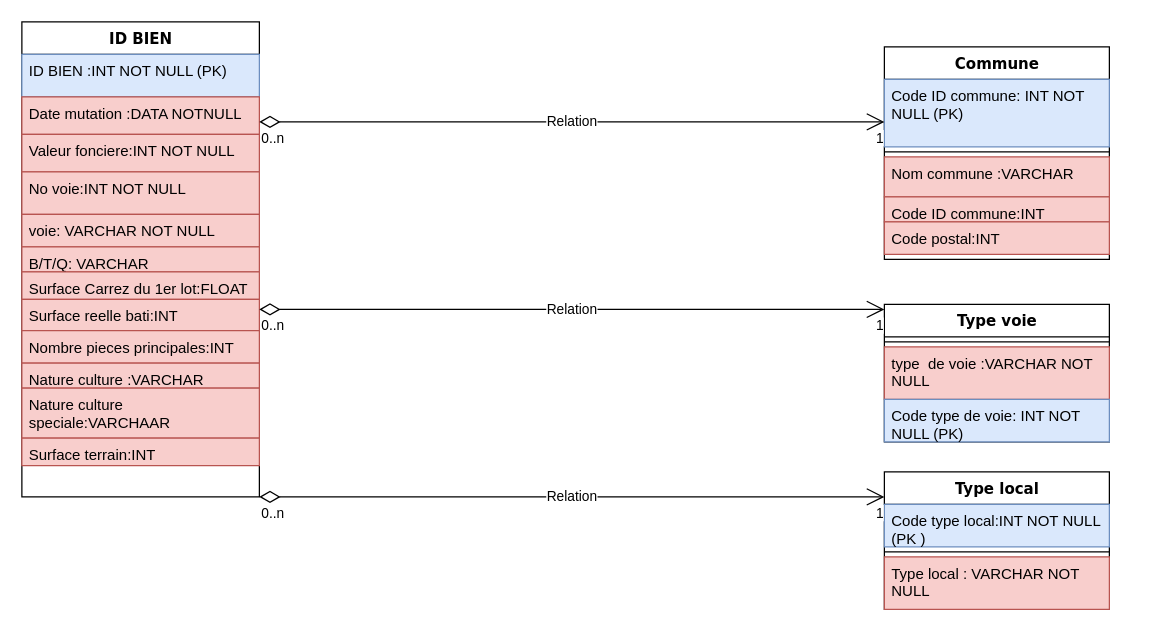
This is .github/ISSUE_TEMPLATE/Untitled Diagram.drawio from louzhixin/bootstrap, a draw.io file, before an edit. Source tidied: cells renumbered, new cells numbered last; positions are measured from the earlier drawing's top-left corner, leaving out a move shared by most shapes. Both pictures are drawn from the tidied source at 125%, with x=0, y=0 at pixel (21, 21).
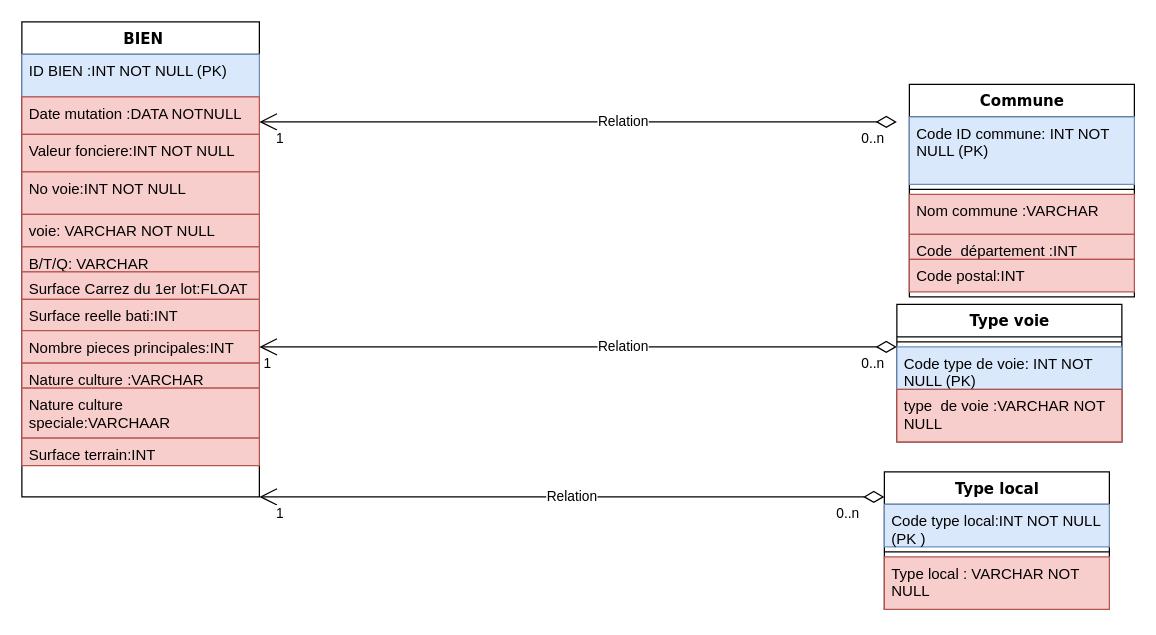
The same diagram, later.

What changed in the source:
```diff
@@
-    <mxCell id="2" value="ID BIEN" style="swimlane;html=1;fontStyle=1;align=center;verticalAlign=top;horizontal=1;startSize=26;swimlaneFillColor=#ffffff;rounded=0;shadow=0;comic=0;labelBackgroundColor=none;strokeWidth=1;fillColor=none;fontFamily=Verdana;fontSize=12;" parent="1" vertex="1">
+    <mxCell id="2" value="&amp;nbsp;BIEN" style="swimlane;html=1;fontStyle=1;align=center;verticalAlign=top;horizontal=1;startSize=26;swimlaneFillColor=#ffffff;rounded=0;shadow=0;comic=0;labelBackgroundColor=none;strokeWidth=1;fillColor=none;fontFamily=Verdana;fontSize=12;" parent="1" vertex="1">
       <mxGeometry width="190" height="380" as="geometry" />
     </mxCell>
@@
     <mxCell id="15" value="Commune" style="swimlane;html=1;fontStyle=1;align=center;verticalAlign=top;horizontal=1;startSize=26;swimlaneFillColor=#ffffff;rounded=0;shadow=0;comic=0;labelBackgroundColor=none;strokeWidth=1;fillColor=none;fontFamily=Verdana;fontSize=12;" parent="1" vertex="1">
-      <mxGeometry x="690" y="20" width="180" height="170" as="geometry" />
+      <mxGeometry x="710" y="50" width="180" height="170" as="geometry" />
     </mxCell>
@@
-    <mxCell id="19" value="Code ID commune:INT" style="text;html=1;strokeColor=#b85450;fillColor=#f8cecc;align=left;verticalAlign=top;spacingLeft=4;spacingRight=4;whiteSpace=wrap;overflow=hidden;" parent="15" vertex="1">
+    <mxCell id="19" value="Code&amp;nbsp; département :INT" style="text;html=1;strokeColor=#b85450;fillColor=#f8cecc;align=left;verticalAlign=top;spacingLeft=4;spacingRight=4;whiteSpace=wrap;overflow=hidden;" parent="15" vertex="1">
       <mxGeometry y="120" width="180" height="20" as="geometry" />
     </mxCell>
@@
     <mxCell id="25" value="Type voie" style="swimlane;html=1;fontStyle=1;align=center;verticalAlign=top;horizontal=1;startSize=26;swimlaneFillColor=#ffffff;rounded=0;shadow=0;comic=0;labelBackgroundColor=none;strokeWidth=1;fillColor=none;fontFamily=Verdana;fontSize=12;" parent="1" vertex="1">
-      <mxGeometry x="690" y="226" width="180" height="110" as="geometry" />
+      <mxGeometry x="700" y="226" width="180" height="110" as="geometry" />
     </mxCell>
@@
+    <mxCell id="28" value="Code type de voie: INT NOT NULL (PK)" style="text;html=1;strokeColor=#6c8ebf;fillColor=#dae8fc;align=left;verticalAlign=top;spacingLeft=4;spacingRight=4;whiteSpace=wrap;overflow=hidden;" parent="25" vertex="1">
+      <mxGeometry y="34" width="180" height="34" as="geometry" />
+    </mxCell>
     <mxCell id="27" value="type&amp;nbsp; de voie :VARCHAR NOT NULL" style="text;html=1;strokeColor=#b85450;fillColor=#f8cecc;align=left;verticalAlign=top;spacingLeft=4;spacingRight=4;whiteSpace=wrap;overflow=hidden;" parent="25" vertex="1">
-      <mxGeometry y="34" width="180" height="42" as="geometry" />
+      <mxGeometry y="68" width="180" height="42" as="geometry" />
     </mxCell>
-    <mxCell id="28" value="Code type de voie: INT NOT NULL (PK)" style="text;html=1;strokeColor=#6c8ebf;fillColor=#dae8fc;align=left;verticalAlign=top;spacingLeft=4;spacingRight=4;whiteSpace=wrap;overflow=hidden;" parent="25" vertex="1">
-      <mxGeometry y="76" width="180" height="34" as="geometry" />
-    </mxCell>
     <mxCell id="29" value="Relation" style="endArrow=open;html=1;endSize=12;startArrow=diamondThin;startSize=14;startFill=0;edgeStyle=orthogonalEdgeStyle;" parent="1" edge="1">
-      <mxGeometry relative="1" as="geometry">
-        <mxPoint x="190" y="230" as="sourcePoint" />
-        <mxPoint x="690" y="230" as="targetPoint" />
+      <mxGeometry x="-0.14" relative="1" as="geometry">
+        <mxPoint x="700" y="260" as="sourcePoint" />
+        <mxPoint x="190" y="260" as="targetPoint" />
+        <Array as="points">
+          <mxPoint x="440" y="260" />
+          <mxPoint x="440" y="260" />
+        </Array>
       </mxGeometry>
     </mxCell>
     <mxCell id="30" value="0..n" style="edgeLabel;html=1;align=left;verticalAlign=top;" parent="29" vertex="1">
-      <mxGeometry x="-1" relative="1" as="geometry" />
+      <mxGeometry x="-1" relative="1" as="geometry">
+        <mxPoint x="-30" as="offset" />
+      </mxGeometry>
     </mxCell>
     <mxCell id="31" value="1" style="edgeLabel;html=1;align=right;verticalAlign=top;" parent="29" vertex="1">
-      <mxGeometry x="1" relative="1" as="geometry" />
+      <mxGeometry x="1" relative="1" as="geometry">
+        <mxPoint x="10" as="offset" />
+      </mxGeometry>
     </mxCell>
     <mxCell id="32" value="Relation" style="endArrow=open;html=1;endSize=12;startArrow=diamondThin;startSize=14;startFill=0;edgeStyle=orthogonalEdgeStyle;" parent="1" edge="1">
       <mxGeometry relative="1" as="geometry">
-        <mxPoint x="190" y="380" as="sourcePoint" />
-        <mxPoint x="690" y="380" as="targetPoint" />
+        <mxPoint x="690" y="380" as="sourcePoint" />
+        <mxPoint x="190" y="380" as="targetPoint" />
       </mxGeometry>
     </mxCell>
     <mxCell id="33" value="0..n" style="edgeLabel;html=1;align=left;verticalAlign=top;" parent="32" vertex="1">
-      <mxGeometry x="-1" relative="1" as="geometry" />
+      <mxGeometry x="-1" relative="1" as="geometry">
+        <mxPoint x="-40" as="offset" />
+      </mxGeometry>
     </mxCell>
     <mxCell id="34" value="1" style="edgeLabel;html=1;align=right;verticalAlign=top;" parent="32" vertex="1">
-      <mxGeometry x="1" relative="1" as="geometry" />
+      <mxGeometry x="1" relative="1" as="geometry">
+        <mxPoint x="20" as="offset" />
+      </mxGeometry>
     </mxCell>
     <mxCell id="35" value="Relation" style="endArrow=open;html=1;endSize=12;startArrow=diamondThin;startSize=14;startFill=0;edgeStyle=orthogonalEdgeStyle;" parent="1" edge="1">
-      <mxGeometry relative="1" as="geometry">
-        <mxPoint x="190" y="80" as="sourcePoint" />
-        <mxPoint x="690" y="80" as="targetPoint" />
+      <mxGeometry x="-0.14" relative="1" as="geometry">
+        <mxPoint x="700" y="80" as="sourcePoint" />
+        <mxPoint x="190" y="80" as="targetPoint" />
+        <Array as="points">
+          <mxPoint x="440" y="80" />
+          <mxPoint x="440" y="80" />
+        </Array>
       </mxGeometry>
     </mxCell>
     <mxCell id="36" value="0..n" style="edgeLabel;html=1;align=left;verticalAlign=top;" parent="35" vertex="1">
-      <mxGeometry x="-1" relative="1" as="geometry" />
+      <mxGeometry x="-1" relative="1" as="geometry">
+        <mxPoint x="-30" as="offset" />
+      </mxGeometry>
     </mxCell>
     <mxCell id="37" value="1" style="edgeLabel;html=1;align=right;verticalAlign=top;" parent="35" vertex="1">
-      <mxGeometry x="1" relative="1" as="geometry" />
+      <mxGeometry x="1" relative="1" as="geometry">
+        <mxPoint x="20" as="offset" />
+      </mxGeometry>
     </mxCell>
```
